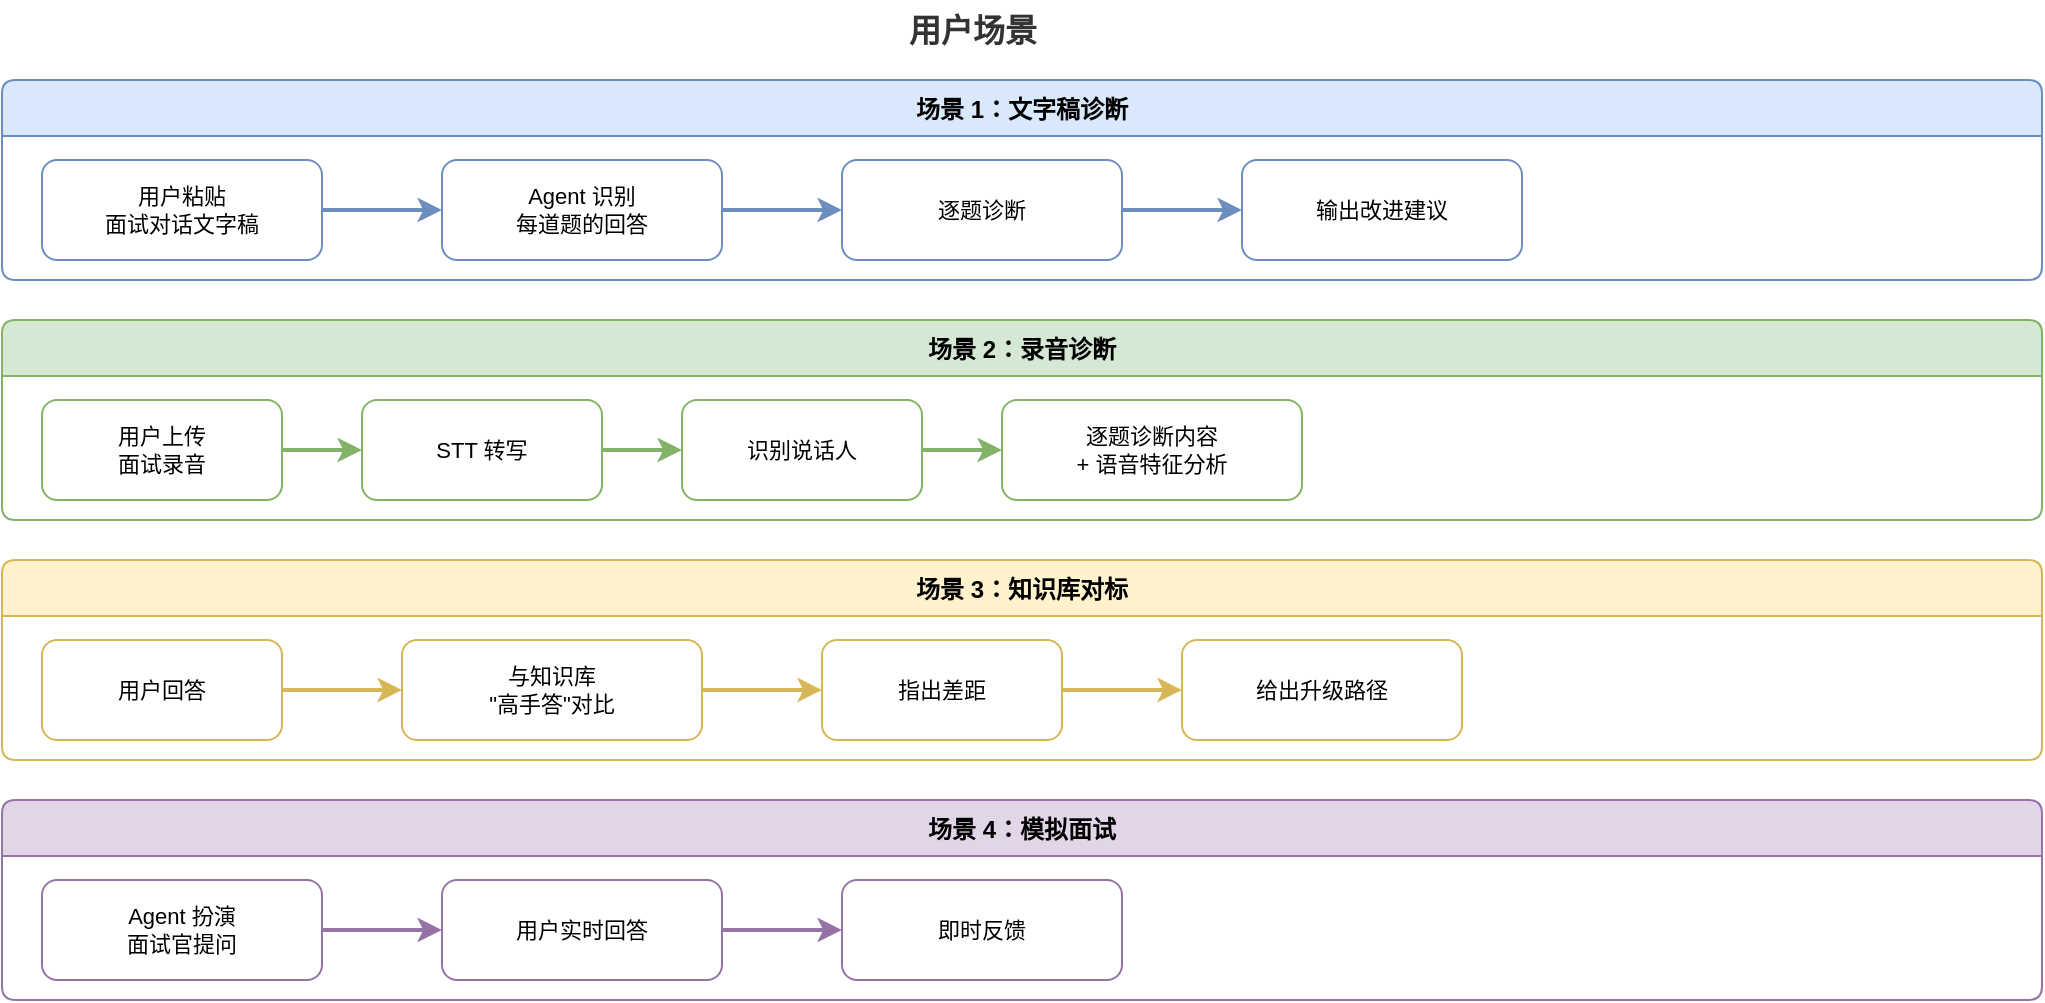
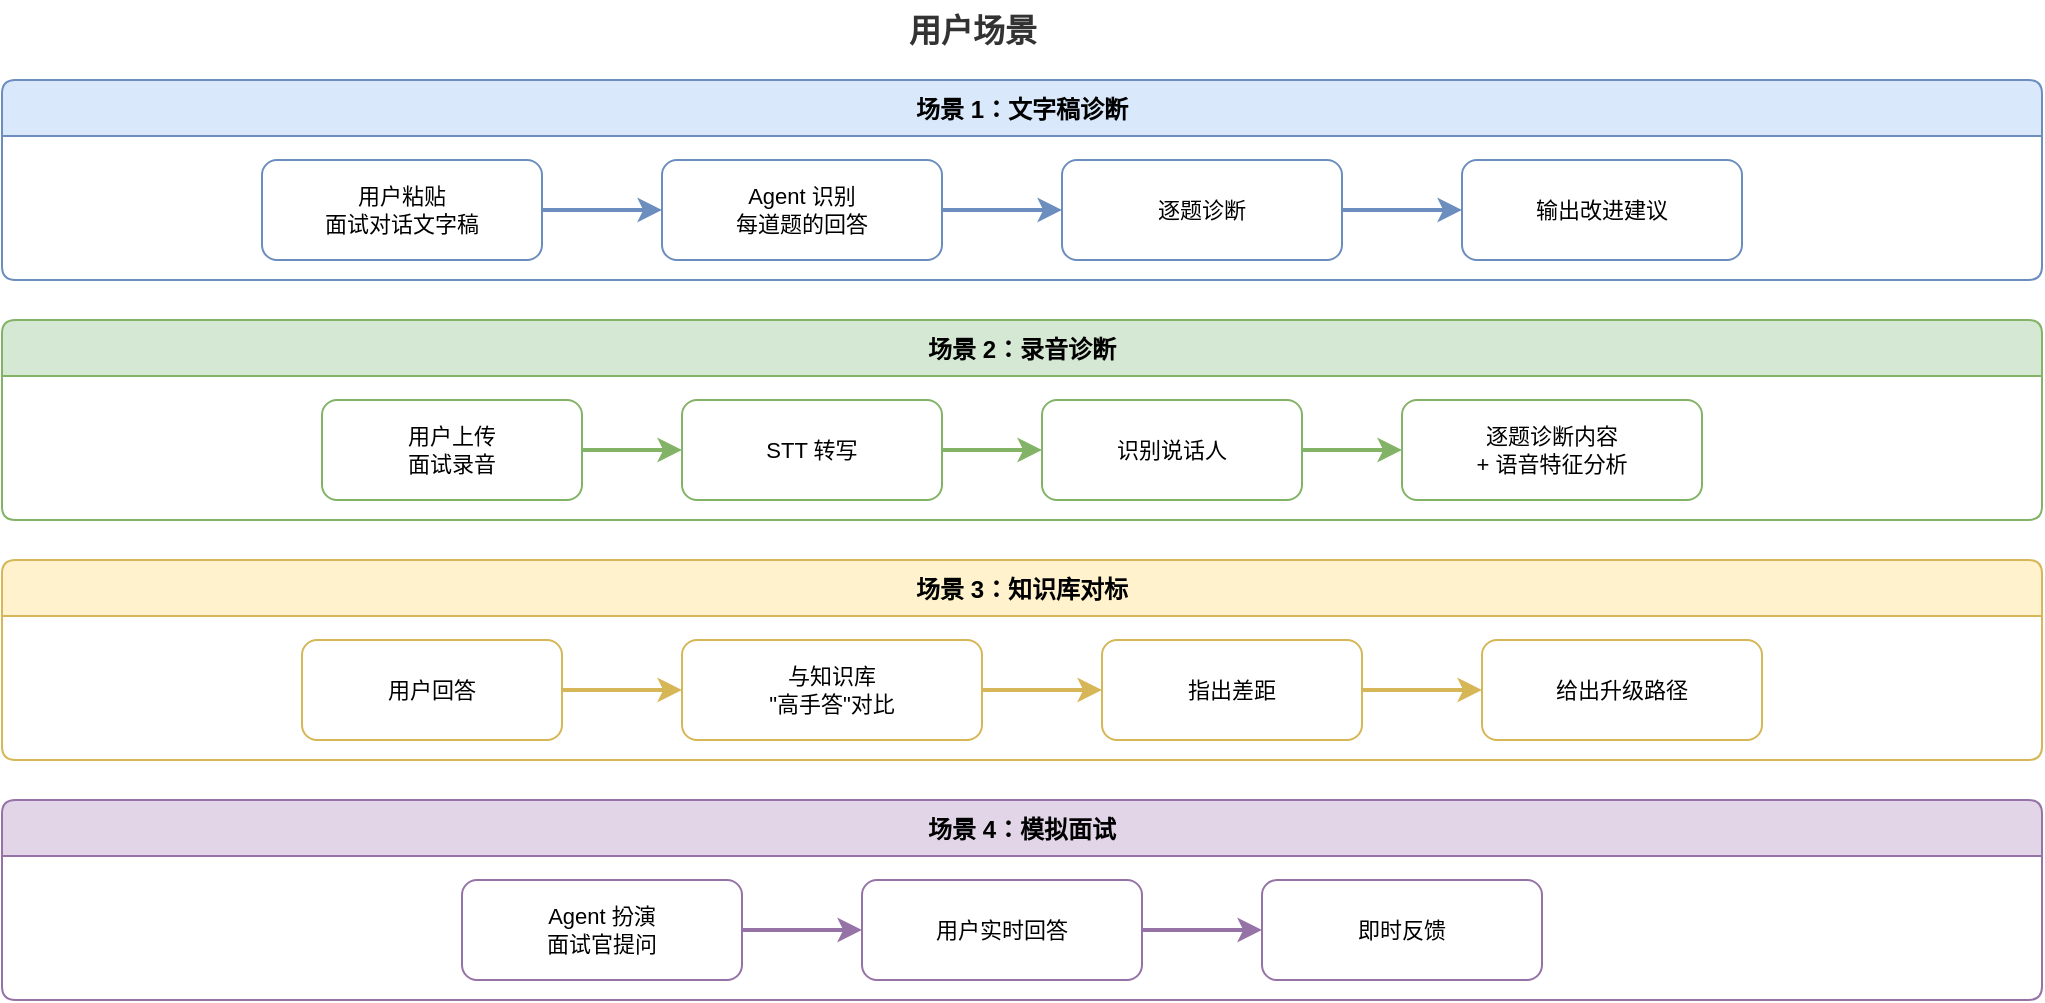
<?xml version="1.0" encoding="UTF-8"?>
<mxfile host="drawio" version="26.0.0">
  <diagram name="Page-1">
    <mxGraphModel dx="1100" dy="700" grid="1" gridSize="10" guides="1" tooltips="1" connect="1" arrows="1" fold="1" page="1" pageScale="1" pageWidth="1100" pageHeight="700" math="0" shadow="0">
      <root>
        <mxCell id="0" />
        <mxCell id="1" parent="0" />

        <!-- Title -->
        <mxCell id="title" value="用户场景" style="text;html=1;align=center;verticalAlign=middle;resizable=0;points=[];autosize=1;strokeColor=none;fillColor=none;fontSize=16;fontStyle=1;fontColor=#333333;" vertex="1" parent="1">
          <mxGeometry x="480" y="10" width="90" height="30" as="geometry" />
        </mxCell>

        <!-- Scenario 1: Text Diagnosis -->
        <mxCell id="s1_grp" value="场景 1：文字稿诊断" style="swimlane;startSize=28;fillColor=#dae8fc;strokeColor=#6c8ebf;fontStyle=1;fontSize=12;collapsible=0;rounded=1;arcSize=8;" vertex="1" parent="1">
          <mxGeometry x="40" y="50" width="1020" height="100" as="geometry" />
        </mxCell>
        <mxCell id="s1a" value="用户粘贴&#xa;面试对话文字稿" style="rounded=1;whiteSpace=wrap;html=1;fillColor=#FFFFFF;strokeColor=#6c8ebf;fontSize=11;" vertex="1" parent="s1_grp">
-           <mxGeometry x="20" y="40" width="140" height="50" as="geometry" />
+           <mxGeometry x="130" y="40" width="140" height="50" as="geometry" />
        </mxCell>
        <mxCell id="s1b" value="Agent 识别&#xa;每道题的回答" style="rounded=1;whiteSpace=wrap;html=1;fillColor=#FFFFFF;strokeColor=#6c8ebf;fontSize=11;" vertex="1" parent="s1_grp">
-           <mxGeometry x="220" y="40" width="140" height="50" as="geometry" />
+           <mxGeometry x="330" y="40" width="140" height="50" as="geometry" />
        </mxCell>
        <mxCell id="s1c" value="逐题诊断" style="rounded=1;whiteSpace=wrap;html=1;fillColor=#FFFFFF;strokeColor=#6c8ebf;fontSize=11;" vertex="1" parent="s1_grp">
-           <mxGeometry x="420" y="40" width="140" height="50" as="geometry" />
+           <mxGeometry x="530" y="40" width="140" height="50" as="geometry" />
        </mxCell>
        <mxCell id="s1d" value="输出改进建议" style="rounded=1;whiteSpace=wrap;html=1;fillColor=#FFFFFF;strokeColor=#6c8ebf;fontSize=11;" vertex="1" parent="s1_grp">
-           <mxGeometry x="620" y="40" width="140" height="50" as="geometry" />
+           <mxGeometry x="730" y="40" width="140" height="50" as="geometry" />
        </mxCell>
        <mxCell id="s1e1" value="" style="edgeStyle=orthogonalEdgeStyle;rounded=1;orthogonalLoop=1;jettySize=auto;html=1;strokeColor=#6c8ebf;strokeWidth=2;exitX=1;exitY=0.5;exitDx=0;exitDy=0;entryX=0;entryY=0.5;entryDx=0;entryDy=0;" edge="1" parent="s1_grp" source="s1a" target="s1b">
          <mxGeometry relative="1" as="geometry" />
        </mxCell>
        <mxCell id="s1e2" value="" style="edgeStyle=orthogonalEdgeStyle;rounded=1;orthogonalLoop=1;jettySize=auto;html=1;strokeColor=#6c8ebf;strokeWidth=2;exitX=1;exitY=0.5;exitDx=0;exitDy=0;entryX=0;entryY=0.5;entryDx=0;entryDy=0;" edge="1" parent="s1_grp" source="s1b" target="s1c">
          <mxGeometry relative="1" as="geometry" />
        </mxCell>
        <mxCell id="s1e3" value="" style="edgeStyle=orthogonalEdgeStyle;rounded=1;orthogonalLoop=1;jettySize=auto;html=1;strokeColor=#6c8ebf;strokeWidth=2;exitX=1;exitY=0.5;exitDx=0;exitDy=0;entryX=0;entryY=0.5;entryDx=0;entryDy=0;" edge="1" parent="s1_grp" source="s1c" target="s1d">
          <mxGeometry relative="1" as="geometry" />
        </mxCell>

        <!-- Scenario 2: Audio Diagnosis -->
        <mxCell id="s2_grp" value="场景 2：录音诊断" style="swimlane;startSize=28;fillColor=#d5e8d4;strokeColor=#82b366;fontStyle=1;fontSize=12;collapsible=0;rounded=1;arcSize=8;" vertex="1" parent="1">
          <mxGeometry x="40" y="170" width="1020" height="100" as="geometry" />
        </mxCell>
        <mxCell id="s2a" value="用户上传&#xa;面试录音" style="rounded=1;whiteSpace=wrap;html=1;fillColor=#FFFFFF;strokeColor=#82b366;fontSize=11;" vertex="1" parent="s2_grp">
-           <mxGeometry x="20" y="40" width="120" height="50" as="geometry" />
+           <mxGeometry x="160" y="40" width="130" height="50" as="geometry" />
        </mxCell>
        <mxCell id="s2b" value="STT 转写" style="rounded=1;whiteSpace=wrap;html=1;fillColor=#FFFFFF;strokeColor=#82b366;fontSize=11;" vertex="1" parent="s2_grp">
-           <mxGeometry x="180" y="40" width="120" height="50" as="geometry" />
+           <mxGeometry x="340" y="40" width="130" height="50" as="geometry" />
        </mxCell>
        <mxCell id="s2c" value="识别说话人" style="rounded=1;whiteSpace=wrap;html=1;fillColor=#FFFFFF;strokeColor=#82b366;fontSize=11;" vertex="1" parent="s2_grp">
-           <mxGeometry x="340" y="40" width="120" height="50" as="geometry" />
+           <mxGeometry x="520" y="40" width="130" height="50" as="geometry" />
        </mxCell>
        <mxCell id="s2d" value="逐题诊断内容&#xa;+ 语音特征分析" style="rounded=1;whiteSpace=wrap;html=1;fillColor=#FFFFFF;strokeColor=#82b366;fontSize=11;" vertex="1" parent="s2_grp">
-           <mxGeometry x="500" y="40" width="150" height="50" as="geometry" />
+           <mxGeometry x="700" y="40" width="150" height="50" as="geometry" />
        </mxCell>
        <mxCell id="s2e1" value="" style="edgeStyle=orthogonalEdgeStyle;rounded=1;orthogonalLoop=1;jettySize=auto;html=1;strokeColor=#82b366;strokeWidth=2;exitX=1;exitY=0.5;exitDx=0;exitDy=0;entryX=0;entryY=0.5;entryDx=0;entryDy=0;" edge="1" parent="s2_grp" source="s2a" target="s2b">
          <mxGeometry relative="1" as="geometry" />
        </mxCell>
        <mxCell id="s2e2" value="" style="edgeStyle=orthogonalEdgeStyle;rounded=1;orthogonalLoop=1;jettySize=auto;html=1;strokeColor=#82b366;strokeWidth=2;exitX=1;exitY=0.5;exitDx=0;exitDy=0;entryX=0;entryY=0.5;entryDx=0;entryDy=0;" edge="1" parent="s2_grp" source="s2b" target="s2c">
          <mxGeometry relative="1" as="geometry" />
        </mxCell>
        <mxCell id="s2e3" value="" style="edgeStyle=orthogonalEdgeStyle;rounded=1;orthogonalLoop=1;jettySize=auto;html=1;strokeColor=#82b366;strokeWidth=2;exitX=1;exitY=0.5;exitDx=0;exitDy=0;entryX=0;entryY=0.5;entryDx=0;entryDy=0;" edge="1" parent="s2_grp" source="s2c" target="s2d">
          <mxGeometry relative="1" as="geometry" />
        </mxCell>

        <!-- Scenario 3: Knowledge Benchmark -->
        <mxCell id="s3_grp" value="场景 3：知识库对标" style="swimlane;startSize=28;fillColor=#fff2cc;strokeColor=#d6b656;fontStyle=1;fontSize=12;collapsible=0;rounded=1;arcSize=8;" vertex="1" parent="1">
          <mxGeometry x="40" y="290" width="1020" height="100" as="geometry" />
        </mxCell>
        <mxCell id="s3a" value="用户回答" style="rounded=1;whiteSpace=wrap;html=1;fillColor=#FFFFFF;strokeColor=#d6b656;fontSize=11;" vertex="1" parent="s3_grp">
-           <mxGeometry x="20" y="40" width="120" height="50" as="geometry" />
+           <mxGeometry x="150" y="40" width="130" height="50" as="geometry" />
        </mxCell>
        <mxCell id="s3b" value="与知识库&#xa;&quot;高手答&quot;对比" style="rounded=1;whiteSpace=wrap;html=1;fillColor=#FFFFFF;strokeColor=#d6b656;fontSize=11;" vertex="1" parent="s3_grp">
-           <mxGeometry x="200" y="40" width="150" height="50" as="geometry" />
+           <mxGeometry x="340" y="40" width="150" height="50" as="geometry" />
        </mxCell>
        <mxCell id="s3c" value="指出差距" style="rounded=1;whiteSpace=wrap;html=1;fillColor=#FFFFFF;strokeColor=#d6b656;fontSize=11;" vertex="1" parent="s3_grp">
-           <mxGeometry x="410" y="40" width="120" height="50" as="geometry" />
+           <mxGeometry x="550" y="40" width="130" height="50" as="geometry" />
        </mxCell>
        <mxCell id="s3d" value="给出升级路径" style="rounded=1;whiteSpace=wrap;html=1;fillColor=#FFFFFF;strokeColor=#d6b656;fontSize=11;" vertex="1" parent="s3_grp">
-           <mxGeometry x="590" y="40" width="140" height="50" as="geometry" />
+           <mxGeometry x="740" y="40" width="140" height="50" as="geometry" />
        </mxCell>
        <mxCell id="s3e1" value="" style="edgeStyle=orthogonalEdgeStyle;rounded=1;orthogonalLoop=1;jettySize=auto;html=1;strokeColor=#d6b656;strokeWidth=2;exitX=1;exitY=0.5;exitDx=0;exitDy=0;entryX=0;entryY=0.5;entryDx=0;entryDy=0;" edge="1" parent="s3_grp" source="s3a" target="s3b">
          <mxGeometry relative="1" as="geometry" />
        </mxCell>
        <mxCell id="s3e2" value="" style="edgeStyle=orthogonalEdgeStyle;rounded=1;orthogonalLoop=1;jettySize=auto;html=1;strokeColor=#d6b656;strokeWidth=2;exitX=1;exitY=0.5;exitDx=0;exitDy=0;entryX=0;entryY=0.5;entryDx=0;entryDy=0;" edge="1" parent="s3_grp" source="s3b" target="s3c">
          <mxGeometry relative="1" as="geometry" />
        </mxCell>
        <mxCell id="s3e3" value="" style="edgeStyle=orthogonalEdgeStyle;rounded=1;orthogonalLoop=1;jettySize=auto;html=1;strokeColor=#d6b656;strokeWidth=2;exitX=1;exitY=0.5;exitDx=0;exitDy=0;entryX=0;entryY=0.5;entryDx=0;entryDy=0;" edge="1" parent="s3_grp" source="s3c" target="s3d">
          <mxGeometry relative="1" as="geometry" />
        </mxCell>

        <!-- Scenario 4: Mock Interview -->
        <mxCell id="s4_grp" value="场景 4：模拟面试" style="swimlane;startSize=28;fillColor=#e1d5e7;strokeColor=#9673a6;fontStyle=1;fontSize=12;collapsible=0;rounded=1;arcSize=8;" vertex="1" parent="1">
          <mxGeometry x="40" y="410" width="1020" height="100" as="geometry" />
        </mxCell>
        <mxCell id="s4a" value="Agent 扮演&#xa;面试官提问" style="rounded=1;whiteSpace=wrap;html=1;fillColor=#FFFFFF;strokeColor=#9673a6;fontSize=11;" vertex="1" parent="s4_grp">
-           <mxGeometry x="20" y="40" width="140" height="50" as="geometry" />
+           <mxGeometry x="230" y="40" width="140" height="50" as="geometry" />
        </mxCell>
        <mxCell id="s4b" value="用户实时回答" style="rounded=1;whiteSpace=wrap;html=1;fillColor=#FFFFFF;strokeColor=#9673a6;fontSize=11;" vertex="1" parent="s4_grp">
-           <mxGeometry x="220" y="40" width="140" height="50" as="geometry" />
+           <mxGeometry x="430" y="40" width="140" height="50" as="geometry" />
        </mxCell>
        <mxCell id="s4c" value="即时反馈" style="rounded=1;whiteSpace=wrap;html=1;fillColor=#FFFFFF;strokeColor=#9673a6;fontSize=11;" vertex="1" parent="s4_grp">
-           <mxGeometry x="420" y="40" width="140" height="50" as="geometry" />
+           <mxGeometry x="630" y="40" width="140" height="50" as="geometry" />
        </mxCell>
        <mxCell id="s4e1" value="" style="edgeStyle=orthogonalEdgeStyle;rounded=1;orthogonalLoop=1;jettySize=auto;html=1;strokeColor=#9673a6;strokeWidth=2;exitX=1;exitY=0.5;exitDx=0;exitDy=0;entryX=0;entryY=0.5;entryDx=0;entryDy=0;" edge="1" parent="s4_grp" source="s4a" target="s4b">
          <mxGeometry relative="1" as="geometry" />
        </mxCell>
        <mxCell id="s4e2" value="" style="edgeStyle=orthogonalEdgeStyle;rounded=1;orthogonalLoop=1;jettySize=auto;html=1;strokeColor=#9673a6;strokeWidth=2;exitX=1;exitY=0.5;exitDx=0;exitDy=0;entryX=0;entryY=0.5;entryDx=0;entryDy=0;" edge="1" parent="s4_grp" source="s4b" target="s4c">
          <mxGeometry relative="1" as="geometry" />
        </mxCell>
      </root>
    </mxGraphModel>
  </diagram>
</mxfile>
